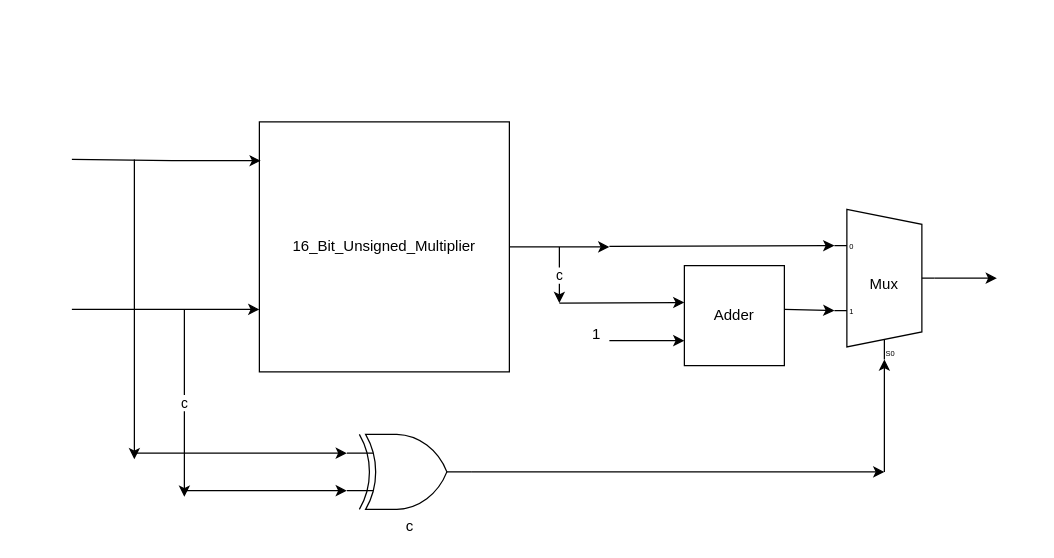
medsuet/Xcelerium-IC-Design-Training keeps this draw.io diagram as Nasir/docs/16_bit_signed_combinational_multiplier.drawio. Above is the earlier version. Source tidied: cells renumbered, new cells numbered last; positions are measured from the earlier drawing's top-left corner, leaving out a move shared by most shapes. Both pictures are drawn from the tidied source at 125%, with x=0, y=0 at pixel (71, 121).
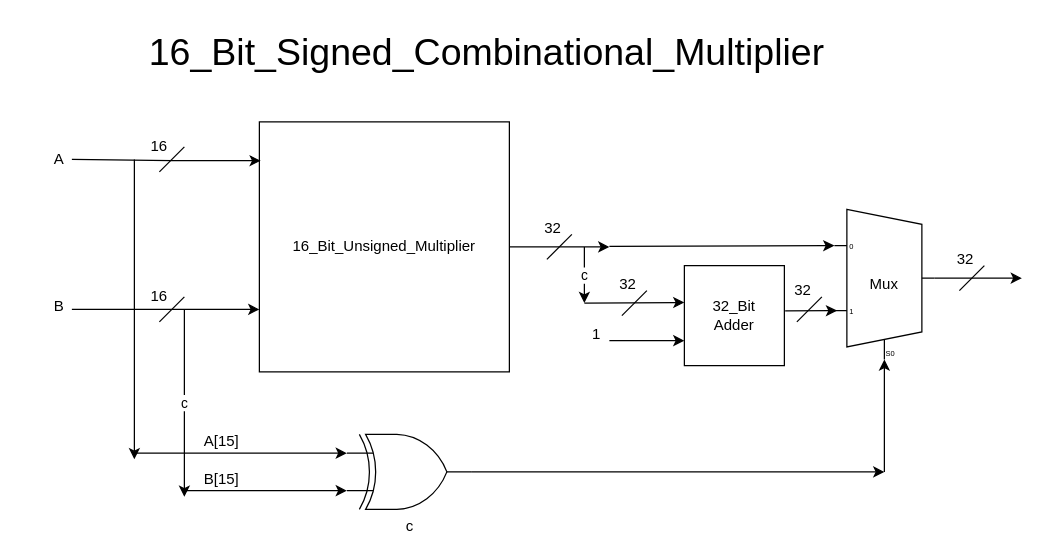
The same diagram, later.

Unchanged cells that the change refers to:
```xml
<mxCell id="5" value="Mux" style="shadow=0;dashed=0;align=center;html=1;strokeWidth=1;shape=mxgraph.electrical.abstract.mux2;whiteSpace=wrap;" parent="1" vertex="1">
  <mxGeometry x="610" y="70" width="80" height="120" as="geometry" />
</mxCell>
```

Diff of the diagram source:
```diff
@@
     <mxCell id="4" style="edgeStyle=none;rounded=0;jettySize=auto;html=1;exitX=1;exitY=0.5;exitDx=0;exitDy=-5;exitPerimeter=0;" parent="1" edge="1" source="5">
       <mxGeometry relative="1" as="geometry">
-        <mxPoint x="740" y="125" as="targetPoint" />
+        <mxPoint x="760" y="125" as="targetPoint" />
       </mxGeometry>
     </mxCell>
@@
-    <mxCell id="6" value="Adder" style="whiteSpace=wrap;html=1;" parent="1" vertex="1">
+    <mxCell id="6" value="&lt;div&gt;32_Bit&lt;/div&gt;Adder" style="whiteSpace=wrap;html=1;" parent="1" vertex="1">
       <mxGeometry x="490" y="115" width="80" height="80" as="geometry" />
     </mxCell>
@@
     <mxCell id="15" value="c" style="edgeStyle=none;orthogonalLoop=1;jettySize=auto;html=1;rounded=0;" parent="1" edge="1">
       <mxGeometry relative="1" as="geometry">
-        <mxPoint x="390" y="100" as="sourcePoint" />
-        <mxPoint x="390" y="145" as="targetPoint" />
+        <mxPoint x="410" y="100" as="sourcePoint" />
+        <mxPoint x="410" y="145" as="targetPoint" />
       </mxGeometry>
     </mxCell>
@@
     <mxCell id="17" style="endArrow=classic;html=1;rounded=0;entryX=0;entryY=0.25;entryDx=0;entryDy=0;entryPerimeter=0;" parent="1" edge="1">
       <mxGeometry relative="1" as="geometry">
-        <mxPoint x="390" y="145" as="sourcePoint" />
+        <mxPoint x="410" y="145" as="sourcePoint" />
         <mxPoint x="490" y="144.5" as="targetPoint" />
       </mxGeometry>
     </mxCell>
@@
-    <mxCell id="21" style="endArrow=classic;html=1;rounded=0;entryX=0;entryY=0.65;entryDx=0;entryDy=3;entryPerimeter=0;" parent="1" edge="1" target="5">
-      <mxGeometry relative="1" as="geometry">
-        <mxPoint x="570" y="150" as="sourcePoint" />
-      </mxGeometry>
+    <mxCell id="21" style="endArrow=classic;html=1;rounded=0;exitX=1.008;exitY=0.452;exitDx=0;exitDy=0;exitPerimeter=0;entryX=0.027;entryY=0.675;entryDx=0;entryDy=0;entryPerimeter=0;" parent="1" edge="1" source="6" target="5">
+      <mxGeometry relative="1" as="geometry" />
     </mxCell>
@@
+    <mxCell id="23" value="&lt;font style=&quot;font-size: 30px;&quot;&gt;16_Bit_Signed_Combinational_Multiplier&lt;/font&gt;" style="text;html=1;whiteSpace=wrap;overflow=hidden;rounded=0;" parent="1" vertex="1">
+      <mxGeometry x="60" y="-80" width="560" height="130" as="geometry" />
+    </mxCell>
+    <mxCell id="24" style="endArrow=none;html=1;rounded=0;" parent="1" edge="1">
+      <mxGeometry relative="1" as="geometry">
+        <mxPoint x="70" y="40" as="sourcePoint" />
+        <mxPoint x="90" y="20" as="targetPoint" />
+      </mxGeometry>
+    </mxCell>
+    <mxCell id="25" style="endArrow=none;html=1;rounded=0;" parent="1" edge="1">
+      <mxGeometry relative="1" as="geometry">
+        <mxPoint x="70" y="160" as="sourcePoint" />
+        <mxPoint x="90" y="140" as="targetPoint" />
+      </mxGeometry>
+    </mxCell>
+    <mxCell id="26" value="16" style="text;html=1;align=center;verticalAlign=middle;whiteSpace=wrap;rounded=0;" parent="1" vertex="1">
+      <mxGeometry x="40" y="10" width="60" height="20" as="geometry" />
+    </mxCell>
+    <mxCell id="27" value="16" style="text;html=1;align=center;verticalAlign=middle;whiteSpace=wrap;rounded=0;" parent="1" vertex="1">
+      <mxGeometry x="40" y="130" width="60" height="20" as="geometry" />
+    </mxCell>
+    <mxCell id="28" value="A" style="text;html=1;align=center;verticalAlign=middle;whiteSpace=wrap;rounded=0;" parent="1" vertex="1">
+      <mxGeometry x="-40" y="20" width="60" height="20" as="geometry" />
+    </mxCell>
+    <mxCell id="29" value="B" style="text;html=1;align=center;verticalAlign=middle;whiteSpace=wrap;rounded=0;" parent="1" vertex="1">
+      <mxGeometry x="-40" y="135" width="60" height="25" as="geometry" />
+    </mxCell>
+    <mxCell id="30" value="B[15]" style="text;html=1;align=center;verticalAlign=middle;whiteSpace=wrap;rounded=0;" parent="1" vertex="1">
+      <mxGeometry x="90" y="280" width="60" height="12.5" as="geometry" />
+    </mxCell>
+    <mxCell id="31" value="A[15]" style="text;html=1;align=center;verticalAlign=middle;whiteSpace=wrap;rounded=0;" parent="1" vertex="1">
+      <mxGeometry x="90" y="250" width="60" height="12.5" as="geometry" />
+    </mxCell>
+    <mxCell id="32" style="endArrow=none;html=1;rounded=0;" parent="1" edge="1">
+      <mxGeometry relative="1" as="geometry">
+        <mxPoint x="380" y="110" as="sourcePoint" />
+        <mxPoint x="400" y="90" as="targetPoint" />
+      </mxGeometry>
+    </mxCell>
+    <mxCell id="33" value="32" style="text;html=1;align=center;verticalAlign=middle;whiteSpace=wrap;rounded=0;" parent="1" vertex="1">
+      <mxGeometry x="360" y="70" width="50" height="30" as="geometry" />
+    </mxCell>
+    <mxCell id="34" style="endArrow=none;html=1;rounded=0;" parent="1" edge="1">
+      <mxGeometry relative="1" as="geometry">
+        <mxPoint x="440" y="155" as="sourcePoint" />
+        <mxPoint x="460" y="135" as="targetPoint" />
+      </mxGeometry>
+    </mxCell>
+    <mxCell id="35" value="32" style="text;html=1;align=center;verticalAlign=middle;whiteSpace=wrap;rounded=0;" parent="1" vertex="1">
+      <mxGeometry x="420" y="115" width="50" height="30" as="geometry" />
+    </mxCell>
+    <mxCell id="36" style="endArrow=none;html=1;rounded=0;" parent="1" edge="1">
+      <mxGeometry relative="1" as="geometry">
+        <mxPoint x="710" y="135" as="sourcePoint" />
+        <mxPoint x="730" y="115" as="targetPoint" />
+      </mxGeometry>
+    </mxCell>
+    <mxCell id="37" value="32" style="text;html=1;align=center;verticalAlign=middle;whiteSpace=wrap;rounded=0;" parent="1" vertex="1">
+      <mxGeometry x="690" y="95" width="50" height="30" as="geometry" />
+    </mxCell>
+    <mxCell id="38" style="endArrow=none;html=1;rounded=0;" parent="1" edge="1">
+      <mxGeometry relative="1" as="geometry">
+        <mxPoint x="580" y="160" as="sourcePoint" />
+        <mxPoint x="600" y="140" as="targetPoint" />
+      </mxGeometry>
+    </mxCell>
+    <mxCell id="39" value="32" style="text;html=1;align=center;verticalAlign=middle;whiteSpace=wrap;rounded=0;" parent="1" vertex="1">
+      <mxGeometry x="560" y="120" width="50" height="30" as="geometry" />
+    </mxCell>
```
